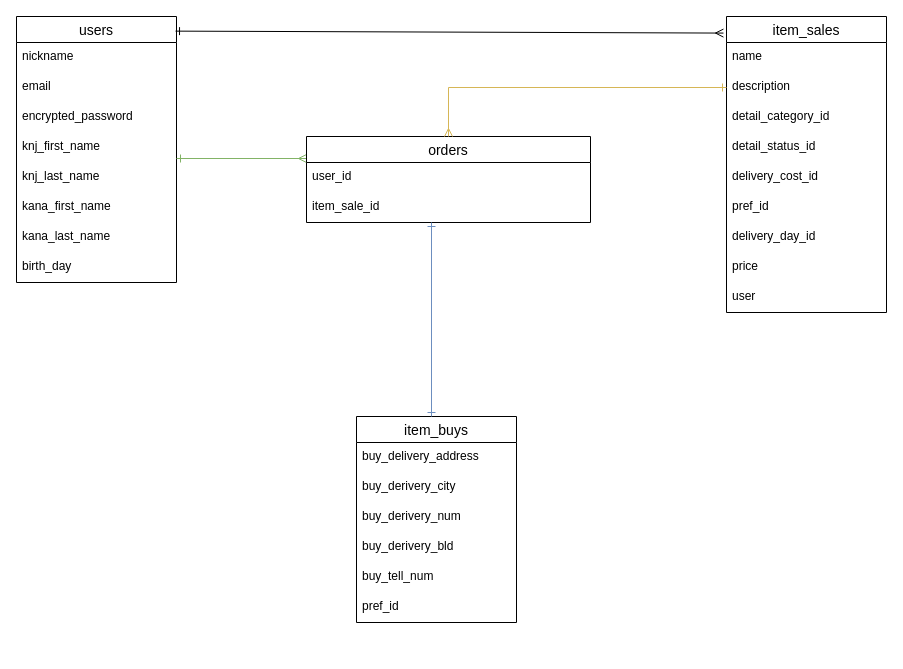
Above: frima.dio in isbs1990/furima-31314_old (draw.io), before the change. Source tidied: cells renumbered, new cells numbered last; positions are measured from the earlier drawing's top-left corner, leaving out a move shared by most shapes. Both pictures are drawn from the tidied source at 100%, with x=0, y=0 at pixel (16, 16).
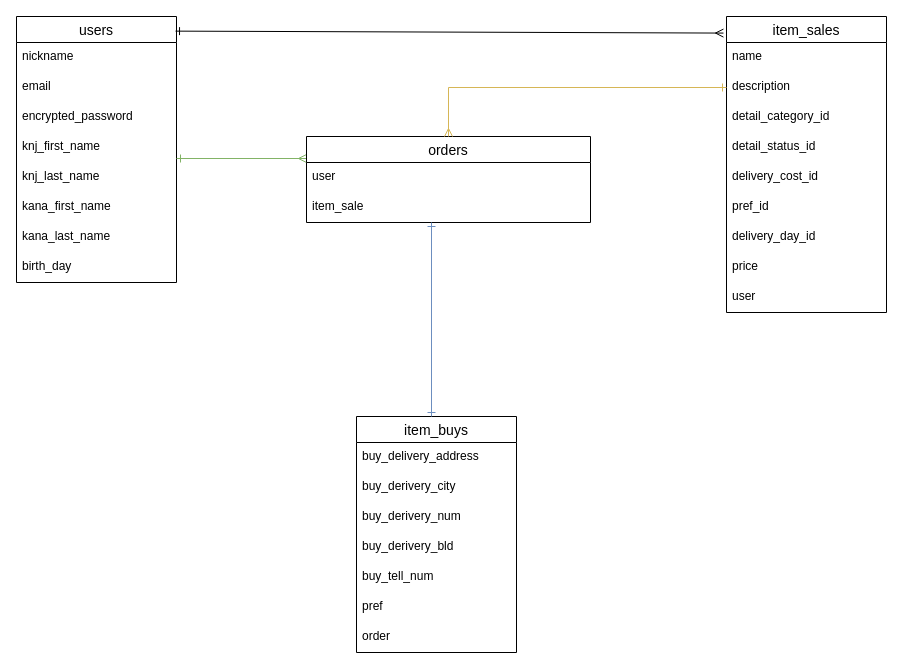
The same page after the edit.

Commit message (it also covers changes not shown here):
データベース設計_README記述＆dio作成_032704

The change refers to these unchanged cells:
```xml
<mxCell id="30" value="orders" style="swimlane;fontStyle=0;horizontal=1;startSize=26;align=center;fontSize=14;" parent="1" vertex="1">
  <mxGeometry x="290" y="120" width="284" height="86" as="geometry" />
</mxCell>
```

What changed in the source:
```diff
@@
     <mxCell id="22" value="item_buys" style="swimlane;fontStyle=0;horizontal=1;startSize=26;align=center;fontSize=14;" parent="1" vertex="1">
-      <mxGeometry x="340" y="400" width="160" height="206" as="geometry" />
+      <mxGeometry x="340" y="400" width="160" height="236" as="geometry" />
     </mxCell>
@@
-    <mxCell id="28" value="pref_id" style="text;strokeColor=none;fillColor=none;spacingLeft=4;spacingRight=4;overflow=hidden;fontSize=12;" parent="22" vertex="1">
+    <mxCell id="28" value="pref" style="text;strokeColor=none;fillColor=none;spacingLeft=4;spacingRight=4;overflow=hidden;fontSize=12;" parent="22" vertex="1">
       <mxGeometry y="176" width="160" height="30" as="geometry" />
     </mxCell>
+    <mxCell id="35" value="order" style="text;strokeColor=none;fillColor=none;spacingLeft=4;spacingRight=4;overflow=hidden;fontSize=12;" parent="22" vertex="1">
+      <mxGeometry y="206" width="160" height="30" as="geometry" />
+    </mxCell>
@@
-    <mxCell id="31" value="user_id" style="text;strokeColor=none;fillColor=none;spacingLeft=4;spacingRight=4;overflow=hidden;fontSize=12;" parent="30" vertex="1">
+    <mxCell id="31" value="user" style="text;strokeColor=none;fillColor=none;spacingLeft=4;spacingRight=4;overflow=hidden;fontSize=12;" parent="30" vertex="1">
       <mxGeometry y="26" width="284" height="30" as="geometry" />
     </mxCell>
-    <mxCell id="32" value="item_sale_id" style="text;strokeColor=none;fillColor=none;spacingLeft=4;spacingRight=4;overflow=hidden;fontSize=12;" parent="30" vertex="1">
+    <mxCell id="32" value="item_sale" style="text;strokeColor=none;fillColor=none;spacingLeft=4;spacingRight=4;overflow=hidden;fontSize=12;" parent="30" vertex="1">
       <mxGeometry y="56" width="284" height="30" as="geometry" />
     </mxCell>
```
